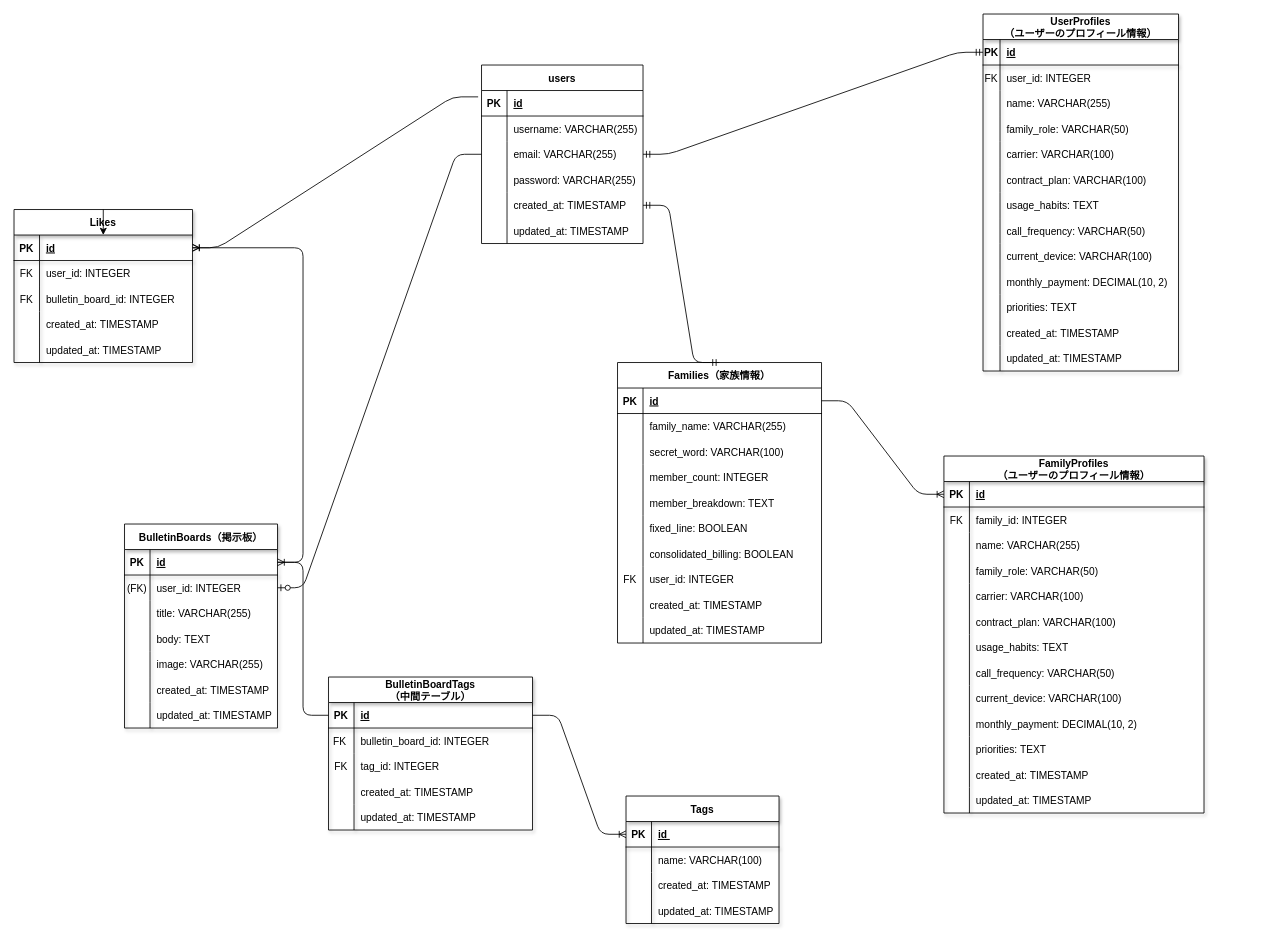
Above: ER.drawio in nosuke1024/tonaritsushin (draw.io), before the change. Source tidied: cells renumbered, new cells numbered last; positions are measured from the earlier drawing's top-left corner, leaving out a move shared by most shapes. Both pictures are drawn from the tidied source at 85%, with x=0, y=0 at pixel (14, 14).
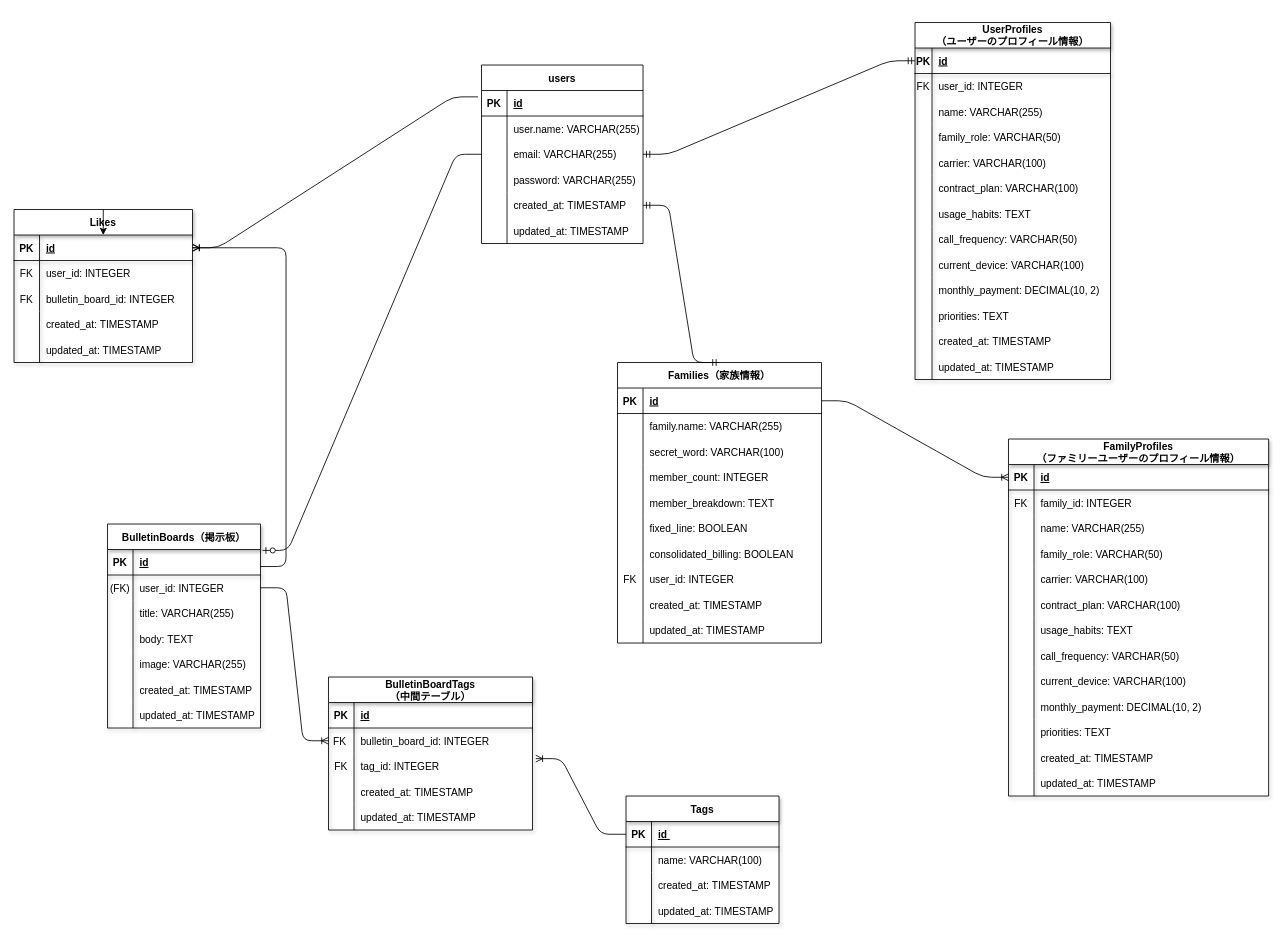
After the change.

Commit message:
カラム名の変更と多対多の関係性の変更

The change refers to these unchanged cells:
```xml
<mxCell id="46" style="shape=tableRow;horizontal=0;startSize=0;swimlaneHead=0;swimlaneBody=0;fillColor=none;top=0;left=0;right=0;bottom=0;" parent="42" vertex="1">
  <mxGeometry y="60" width="240" height="30" as="geometry" />
</mxCell>
<mxCell id="74" style="shape=tableRow;horizontal=0;startSize=0;swimlaneHead=0;swimlaneBody=0;fillColor=none;points=[[0,0.5],[1,0.5]];portConstraint=eastwest;top=0;left=0;right=0;bottom=1;shadow=1;" parent="73" vertex="1">
  <mxGeometry y="30" width="180" height="30" as="geometry" />
</mxCell>
<mxCell id="77" style="shape=tableRow;horizontal=0;startSize=0;swimlaneHead=0;swimlaneBody=0;fillColor=none;points=[[0,0.5],[1,0.5]];portConstraint=eastwest;top=0;left=0;right=0;bottom=0;shadow=1;" parent="73" vertex="1">
  <mxGeometry y="60" width="180" height="30" as="geometry" />
</mxCell>
<mxCell id="96" style="shape=tableRow;horizontal=0;startSize=0;swimlaneHead=0;swimlaneBody=0;fillColor=none;points=[[0,0.5],[1,0.5]];portConstraint=eastwest;top=0;left=0;right=0;bottom=1;shadow=1;" parent="95" vertex="1">
  <mxGeometry y="30" width="180" height="30" as="geometry" />
</mxCell>
<mxCell id="109" style="shape=tableRow;horizontal=0;startSize=0;swimlaneHead=0;swimlaneBody=0;fillColor=none;points=[[0,0.5],[1,0.5]];portConstraint=eastwest;top=0;left=0;right=0;bottom=1;shadow=1;" parent="108" vertex="1">
  <mxGeometry y="30" width="240" height="30" as="geometry" />
</mxCell>
<mxCell id="112" style="shape=tableRow;horizontal=0;startSize=0;swimlaneHead=0;swimlaneBody=0;fillColor=none;points=[[0,0.5],[1,0.5]];portConstraint=eastwest;top=0;left=0;right=0;bottom=0;shadow=1;" parent="108" vertex="1">
  <mxGeometry y="60" width="240" height="30" as="geometry" />
</mxCell>
<mxCell id="115" style="shape=tableRow;horizontal=0;startSize=0;swimlaneHead=0;swimlaneBody=0;fillColor=none;points=[[0,0.5],[1,0.5]];portConstraint=eastwest;top=0;left=0;right=0;bottom=0;shadow=1;" parent="108" vertex="1">
  <mxGeometry y="90" width="240" height="30" as="geometry" />
</mxCell>
<mxCell id="125" style="shape=tableRow;horizontal=0;startSize=0;swimlaneHead=0;swimlaneBody=0;fillColor=none;points=[[0,0.5],[1,0.5]];portConstraint=eastwest;top=0;left=0;right=0;bottom=1;shadow=1;" parent="124" vertex="1">
  <mxGeometry y="30" width="210" height="30" as="geometry" />
</mxCell>
<mxCell id="187" value="users" style="shape=table;startSize=30;childLayout=tableLayout;rowLines=0;fontStyle=1;align=center;" parent="1" vertex="1">
  <mxGeometry x="550" y="60" width="190" height="210" as="geometry" />
</mxCell>
<mxCell id="191" style="shape=tableRow;horizontal=0;startSize=0;swimlaneHead=0;swimlaneBody=0;fillColor=none;top=0;left=0;right=0;bottom=0;" parent="187" vertex="1">
  <mxGeometry y="60" width="190" height="30" as="geometry" />
</mxCell>
```

The edit, as a diff of the source:
```diff
@@
     <mxCell id="2" value="UserProfiles&#10;（ユーザーのプロフィール情報）" style="shape=table;startSize=30;childLayout=tableLayout;rowLines=0;fontStyle=1;align=center;shadow=1;" parent="1" vertex="1">
-      <mxGeometry x="1140" width="230" height="420" as="geometry" />
+      <mxGeometry x="1060" y="10" width="230" height="420" as="geometry" />
     </mxCell>
@@
-    <mxCell id="48" value="family_name: VARCHAR(255)" style="shape=partialRectangle;fillColor=none;top=0;left=0;bottom=0;right=0;align=left;spacingLeft=6;overflow=hidden;" parent="46" vertex="1">
+    <mxCell id="48" value="family.name: VARCHAR(255)" style="shape=partialRectangle;fillColor=none;top=0;left=0;bottom=0;right=0;align=left;spacingLeft=6;overflow=hidden;" parent="46" vertex="1">
       <mxGeometry x="30" width="210" height="30" as="geometry" />
     </mxCell>
@@
     <mxCell id="73" value="BulletinBoards（掲示板）" style="shape=table;startSize=30;childLayout=tableLayout;rowLines=0;fontStyle=1;align=center;shadow=1;" parent="1" vertex="1">
-      <mxGeometry x="130" y="600" width="180" height="240" as="geometry" />
+      <mxGeometry x="110" y="600" width="180" height="240" as="geometry" />
     </mxCell>
@@
-    <mxCell id="143" style="edgeStyle=entityRelationEdgeStyle;fontSize=12;html=1;endArrow=ERoneToMany;entryX=1;entryY=0.5;entryDx=0;entryDy=0;exitX=0;exitY=0.5;exitDx=0;exitDy=0;" parent="1" edge="1" source="109" target="74">
+    <mxCell id="143" style="edgeStyle=entityRelationEdgeStyle;fontSize=12;html=1;endArrow=ERoneToMany;exitX=1;exitY=0.5;exitDx=0;exitDy=0;entryX=0;entryY=0.5;entryDx=0;entryDy=0;" parent="1" edge="1" source="77" target="112">
       <mxGeometry relative="1" as="geometry" />
     </mxCell>
-    <mxCell id="144" style="edgeStyle=entityRelationEdgeStyle;fontSize=12;html=1;endArrow=ERoneToMany;entryX=0;entryY=0.5;entryDx=0;entryDy=0;exitX=1;exitY=0.5;exitDx=0;exitDy=0;" parent="1" edge="1" source="109" target="96">
-      <mxGeometry relative="1" as="geometry" />
-    </mxCell>
-    <mxCell id="145" style="edgeStyle=entityRelationEdgeStyle;fontSize=12;html=1;endArrow=ERoneToMany;entryX=1;entryY=0.5;entryDx=0;entryDy=0;" parent="1" edge="1" source="74" target="125">
-      <mxGeometry relative="1" as="geometry" />
+    <mxCell id="145" style="edgeStyle=entityRelationEdgeStyle;fontSize=12;html=1;endArrow=ERoneToMany;entryX=1;entryY=0.5;entryDx=0;entryDy=0;" parent="1" edge="1" target="125">
+      <mxGeometry relative="1" as="geometry">
+        <mxPoint x="290" y="650" as="sourcePoint" />
+      </mxGeometry>
     </mxCell>
-    <mxCell id="146" value="FamilyProfiles&#10;（ユーザーのプロフィール情報）" style="shape=table;startSize=30;childLayout=tableLayout;rowLines=0;fontStyle=1;align=center;shadow=1;" parent="1" vertex="1">
-      <mxGeometry x="1094" y="520" width="306" height="420" as="geometry" />
+    <mxCell id="146" value="FamilyProfiles&#10;（ファミリーユーザーのプロフィール情報）" style="shape=table;startSize=30;childLayout=tableLayout;rowLines=0;fontStyle=1;align=center;shadow=1;" parent="1" vertex="1">
+      <mxGeometry x="1170" y="500" width="306" height="420" as="geometry" />
     </mxCell>
@@
-    <mxCell id="186" style="edgeStyle=entityRelationEdgeStyle;fontSize=12;html=1;endArrow=none;startArrow=ERzeroToOne;exitX=1;exitY=0.5;exitDx=0;exitDy=0;" parent="1" edge="1" source="77" target="187">
+    <mxCell id="186" style="edgeStyle=entityRelationEdgeStyle;fontSize=12;html=1;endArrow=none;startArrow=ERzeroToOne;exitX=1.013;exitY=0.035;exitDx=0;exitDy=0;exitPerimeter=0;" parent="1" edge="1" source="74" target="187">
       <mxGeometry relative="1" as="geometry" />
     </mxCell>
@@
-    <mxCell id="193" value="username: VARCHAR(255)" style="shape=partialRectangle;fillColor=none;top=0;left=0;bottom=0;right=0;align=left;spacingLeft=6;overflow=hidden;" parent="191" vertex="1">
+    <mxCell id="193" value="user.name: VARCHAR(255)" style="shape=partialRectangle;fillColor=none;top=0;left=0;bottom=0;right=0;align=left;spacingLeft=6;overflow=hidden;" parent="191" vertex="1">
       <mxGeometry x="30" width="160" height="30" as="geometry" />
     </mxCell>
@@
+    <mxCell id="144" style="edgeStyle=entityRelationEdgeStyle;fontSize=12;html=1;endArrow=ERoneToMany;entryX=1.016;entryY=0.2;entryDx=0;entryDy=0;exitX=0;exitY=0.5;exitDx=0;exitDy=0;entryPerimeter=0;" parent="1" edge="1" source="96" target="115">
+      <mxGeometry relative="1" as="geometry" />
+    </mxCell>
```
